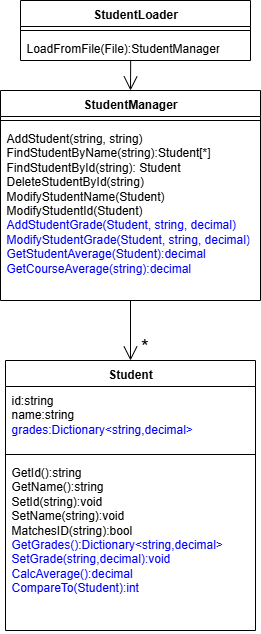
Above: UML/图片/UML2.png in pandaof3/Student-Grade-Management-System (draw.io), before the change. Source tidied: cells renumbered, new cells last; positions are measured from the earlier drawing's top-left corner, leaving out a move shared by most shapes. Source of this version:
```xml
<mxGraphModel>
  <root>
    <mxCell id="0" />
    <mxCell id="1" parent="0" />
    <mxCell id="2" value="StudentLoader" style="swimlane;fontStyle=1;align=center;verticalAlign=top;horizontal=1;startSize=26;whiteSpace=wrap;html=1;" parent="1" vertex="1">
      <mxGeometry x="20" width="230" height="60" as="geometry" />
    </mxCell>
    <mxCell id="3" style="line;strokeWidth=1;fillColor=none;align=left;verticalAlign=middle;spacingTop=-1;spacingLeft=3;spacingRight=3;labelPosition=right;strokeColor=inherit;" parent="2" vertex="1">
      <mxGeometry y="26" width="230" height="8" as="geometry" />
    </mxCell>
    <mxCell id="4" value="LoadFromFile(File):StudentManager&lt;div&gt;&lt;br&gt;&lt;/div&gt;" style="text;strokeColor=none;fillColor=none;align=left;verticalAlign=top;spacingLeft=4;spacingRight=4;overflow=hidden;points=[[0,0.5],[1,0.5]];portConstraint=eastwest;whiteSpace=wrap;html=1;" parent="2" vertex="1">
      <mxGeometry y="34" width="230" height="26" as="geometry" />
    </mxCell>
    <mxCell id="5" style="endArrow=open;endFill=1;endSize=12;html=1;rounded=0;exitX=0.479;exitY=0.979;exitDx=0;exitDy=0;exitPerimeter=0;entryX=0.5;entryY=0;entryDx=0;entryDy=0;" parent="1" edge="1" source="4" target="6">
      <mxGeometry relative="1" as="geometry" />
    </mxCell>
    <mxCell id="6" value="StudentManager" style="swimlane;fontStyle=1;align=center;verticalAlign=top;horizontal=1;startSize=26;whiteSpace=wrap;html=1;" parent="1" vertex="1">
      <mxGeometry y="90" width="260" height="210" as="geometry" />
    </mxCell>
    <mxCell id="7" style="line;strokeWidth=1;fillColor=none;align=left;verticalAlign=middle;spacingTop=-1;spacingLeft=3;spacingRight=3;labelPosition=right;strokeColor=inherit;" parent="6" vertex="1">
      <mxGeometry y="26" width="260" height="8" as="geometry" />
    </mxCell>
    <mxCell id="8" value="AddStudent(string, string)&lt;div&gt;FindStudentByName(string):Student[*]&lt;/div&gt;&lt;div&gt;FindStudentById(string): Student&lt;/div&gt;&lt;div&gt;DeleteStudentById(string)&lt;/div&gt;&lt;div&gt;ModifyStudentName(Student)&lt;/div&gt;&lt;div&gt;ModifyStudentId(Student)&lt;/div&gt;&lt;div&gt;&lt;font style=&quot;color: light-dark(rgb(0, 0, 255), rgb(237, 237, 237));&quot;&gt;AddStudentGrade(Student, string, decimal)&lt;/font&gt;&lt;/div&gt;&lt;div&gt;&lt;font style=&quot;color: light-dark(rgb(0, 0, 255), rgb(237, 237, 237));&quot;&gt;ModifyStudentGrade(Student, string, decimal)&lt;/font&gt;&lt;/div&gt;&lt;div&gt;&lt;font style=&quot;color: light-dark(rgb(0, 0, 255), rgb(237, 237, 237));&quot;&gt;GetStudentAverage(Student):decimal&lt;/font&gt;&lt;/div&gt;&lt;div&gt;&lt;font style=&quot;color: light-dark(rgb(0, 0, 255), rgb(237, 237, 237));&quot;&gt;GetCourseAverage(string):decimal&lt;/font&gt;&lt;/div&gt;&lt;div&gt;&lt;br&gt;&lt;/div&gt;" style="text;strokeColor=none;fillColor=none;align=left;verticalAlign=top;spacingLeft=4;spacingRight=4;overflow=hidden;points=[[0,0.5],[1,0.5]];portConstraint=eastwest;whiteSpace=wrap;html=1;" parent="6" vertex="1">
      <mxGeometry y="34" width="260" height="176" as="geometry" />
    </mxCell>
    <mxCell id="9" style="endArrow=open;endFill=1;endSize=12;html=1;rounded=0;" parent="1" edge="1" source="8" target="10">
      <mxGeometry relative="1" as="geometry" />
    </mxCell>
    <mxCell id="10" value="Student" style="swimlane;fontStyle=1;align=center;verticalAlign=top;horizontal=1;startSize=26;whiteSpace=wrap;html=1;" parent="1" vertex="1">
      <mxGeometry x="5" y="360" width="250" height="270" as="geometry" />
    </mxCell>
    <mxCell id="11" value="id:string&lt;div&gt;name:string&lt;/div&gt;&lt;div&gt;&lt;font style=&quot;color: light-dark(rgb(0, 0, 255), rgb(0, 74, 74));&quot;&gt;grades:Dictionary&amp;lt;string,decimal&amp;gt;&lt;/font&gt;&lt;/div&gt;" style="text;strokeColor=none;fillColor=none;align=left;verticalAlign=top;spacingLeft=4;spacingRight=4;overflow=hidden;whiteSpace=wrap;html=1;" parent="10" vertex="1">
      <mxGeometry y="26" width="250" height="64" as="geometry" />
    </mxCell>
    <mxCell id="12" style="line;strokeWidth=1;fillColor=none;align=left;verticalAlign=middle;spacingTop=-1;spacingLeft=3;spacingRight=3;labelPosition=right;strokeColor=inherit;" parent="10" vertex="1">
      <mxGeometry y="90" width="250" height="8" as="geometry" />
    </mxCell>
    <mxCell id="13" value="GetId():string&lt;div&gt;GetName():string&lt;/div&gt;&lt;div&gt;SetId(string):void&lt;/div&gt;&lt;div&gt;SetName(string):void&lt;/div&gt;&lt;div&gt;MatchesID(string):bool&lt;/div&gt;&lt;div&gt;&lt;font style=&quot;color: light-dark(rgb(0, 0, 255), rgb(237, 237, 237));&quot;&gt;GetGrades()&lt;/font&gt;:&lt;span style=&quot;color: rgb(0, 0, 255); background-color: transparent;&quot;&gt;Dictionary&amp;lt;string,decimal&amp;gt;&lt;/span&gt;&lt;/div&gt;&lt;div&gt;&lt;span style=&quot;color: rgb(0, 0, 255); background-color: transparent;&quot;&gt;SetGrade(string,decimal):void&lt;/span&gt;&lt;/div&gt;&lt;div&gt;&lt;span style=&quot;color: rgb(0, 0, 255); background-color: transparent;&quot;&gt;CalcAverage():decimal&lt;/span&gt;&lt;/div&gt;&lt;div&gt;&lt;span style=&quot;color: rgb(0, 0, 255); background-color: transparent;&quot;&gt;CompareTo(Student):int&lt;/span&gt;&lt;/div&gt;" style="text;strokeColor=none;fillColor=none;align=left;verticalAlign=top;spacingLeft=4;spacingRight=4;overflow=hidden;whiteSpace=wrap;html=1;" parent="10" vertex="1">
      <mxGeometry y="98" width="250" height="172" as="geometry" />
    </mxCell>
    <mxCell id="14" value="&lt;font style=&quot;font-size: 20px;&quot;&gt;*&lt;/font&gt;" style="text;html=1;align=center;verticalAlign=middle;strokeColor=none;fillColor=none;" parent="1" vertex="1">
      <mxGeometry x="129" y="325" width="30" height="40" as="geometry" />
    </mxCell>
  </root>
</mxGraphModel>
```
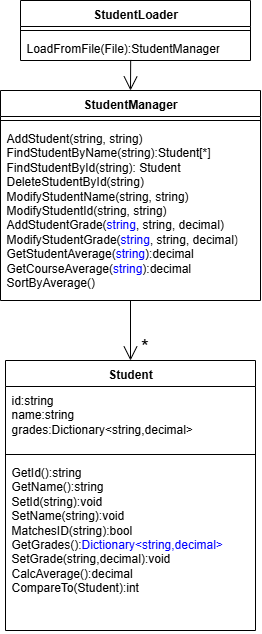
The same diagram one commit later.

Change to the diagram source:
```diff
@@ -20,7 +20,7 @@
     <mxCell id="7" style="line;strokeWidth=1;fillColor=none;align=left;verticalAlign=middle;spacingTop=-1;spacingLeft=3;spacingRight=3;labelPosition=right;strokeColor=inherit;" parent="6" vertex="1">
       <mxGeometry y="26" width="260" height="8" as="geometry" />
     </mxCell>
-    <mxCell id="8" value="AddStudent(string, string)&lt;div&gt;FindStudentByName(string):Student[*]&lt;/div&gt;&lt;div&gt;FindStudentById(string): Student&lt;/div&gt;&lt;div&gt;DeleteStudentById(string)&lt;/div&gt;&lt;div&gt;ModifyStudentName(Student)&lt;/div&gt;&lt;div&gt;ModifyStudentId(Student)&lt;/div&gt;&lt;div&gt;&lt;font style=&quot;color: light-dark(rgb(0, 0, 255), rgb(237, 237, 237));&quot;&gt;AddStudentGrade(Student, string, decimal)&lt;/font&gt;&lt;/div&gt;&lt;div&gt;&lt;font style=&quot;color: light-dark(rgb(0, 0, 255), rgb(237, 237, 237));&quot;&gt;ModifyStudentGrade(Student, string, decimal)&lt;/font&gt;&lt;/div&gt;&lt;div&gt;&lt;font style=&quot;color: light-dark(rgb(0, 0, 255), rgb(237, 237, 237));&quot;&gt;GetStudentAverage(Student):decimal&lt;/font&gt;&lt;/div&gt;&lt;div&gt;&lt;font style=&quot;color: light-dark(rgb(0, 0, 255), rgb(237, 237, 237));&quot;&gt;GetCourseAverage(string):decimal&lt;/font&gt;&lt;/div&gt;&lt;div&gt;&lt;br&gt;&lt;/div&gt;" style="text;strokeColor=none;fillColor=none;align=left;verticalAlign=top;spacingLeft=4;spacingRight=4;overflow=hidden;points=[[0,0.5],[1,0.5]];portConstraint=eastwest;whiteSpace=wrap;html=1;" parent="6" vertex="1">
+    <mxCell id="8" value="AddStudent(string, string)&lt;div&gt;FindStudentByName(string):Student[*]&lt;/div&gt;&lt;div&gt;FindStudentById(string): Student&lt;/div&gt;&lt;div&gt;DeleteStudentById(string)&lt;/div&gt;&lt;div&gt;ModifyStudentName(string, string)&lt;/div&gt;&lt;div&gt;ModifyStudentId(string, string)&lt;/div&gt;&lt;div&gt;&lt;font&gt;AddStudentGrade(&lt;font style=&quot;color: light-dark(rgb(0, 0, 255), rgb(237, 237, 237));&quot;&gt;string&lt;/font&gt;, string, decimal)&lt;/font&gt;&lt;/div&gt;&lt;div&gt;&lt;font&gt;ModifyStudentGrade(&lt;font style=&quot;color: light-dark(rgb(0, 0, 255), rgb(237, 237, 237));&quot;&gt;string&lt;/font&gt;, string, decimal)&lt;/font&gt;&lt;/div&gt;&lt;div&gt;&lt;font&gt;GetStudentAverage(&lt;span style=&quot;color: rgb(0, 0, 255);&quot;&gt;string&lt;/span&gt;):decimal&lt;/font&gt;&lt;/div&gt;&lt;div&gt;&lt;font&gt;GetCourseAverage(&lt;span style=&quot;color: rgb(0, 0, 255);&quot;&gt;string&lt;/span&gt;):decimal&lt;/font&gt;&lt;/div&gt;&lt;div&gt;&lt;font&gt;SortByAverage()&lt;/font&gt;&lt;/div&gt;" style="text;strokeColor=none;fillColor=none;align=left;verticalAlign=top;spacingLeft=4;spacingRight=4;overflow=hidden;points=[[0,0.5],[1,0.5]];portConstraint=eastwest;whiteSpace=wrap;html=1;" parent="6" vertex="1">
       <mxGeometry y="34" width="260" height="176" as="geometry" />
     </mxCell>
     <mxCell id="9" style="endArrow=open;endFill=1;endSize=12;html=1;rounded=0;" parent="1" edge="1" source="8" target="10">
@@ -29,13 +29,13 @@
     <mxCell id="10" value="Student" style="swimlane;fontStyle=1;align=center;verticalAlign=top;horizontal=1;startSize=26;whiteSpace=wrap;html=1;" parent="1" vertex="1">
       <mxGeometry x="5" y="360" width="250" height="270" as="geometry" />
     </mxCell>
-    <mxCell id="11" value="id:string&lt;div&gt;name:string&lt;/div&gt;&lt;div&gt;&lt;font style=&quot;color: light-dark(rgb(0, 0, 255), rgb(0, 74, 74));&quot;&gt;grades:Dictionary&amp;lt;string,decimal&amp;gt;&lt;/font&gt;&lt;/div&gt;" style="text;strokeColor=none;fillColor=none;align=left;verticalAlign=top;spacingLeft=4;spacingRight=4;overflow=hidden;whiteSpace=wrap;html=1;" parent="10" vertex="1">
+    <mxCell id="11" value="id:string&lt;div&gt;name:string&lt;/div&gt;&lt;div&gt;&lt;font style=&quot;color: light-dark(rgb(0, 0, 0), rgb(0, 74, 74));&quot;&gt;grades:Dictionary&amp;lt;string,decimal&amp;gt;&lt;/font&gt;&lt;/div&gt;" style="text;strokeColor=none;fillColor=none;align=left;verticalAlign=top;spacingLeft=4;spacingRight=4;overflow=hidden;whiteSpace=wrap;html=1;" parent="10" vertex="1">
       <mxGeometry y="26" width="250" height="64" as="geometry" />
     </mxCell>
     <mxCell id="12" style="line;strokeWidth=1;fillColor=none;align=left;verticalAlign=middle;spacingTop=-1;spacingLeft=3;spacingRight=3;labelPosition=right;strokeColor=inherit;" parent="10" vertex="1">
       <mxGeometry y="90" width="250" height="8" as="geometry" />
     </mxCell>
-    <mxCell id="13" value="GetId():string&lt;div&gt;GetName():string&lt;/div&gt;&lt;div&gt;SetId(string):void&lt;/div&gt;&lt;div&gt;SetName(string):void&lt;/div&gt;&lt;div&gt;MatchesID(string):bool&lt;/div&gt;&lt;div&gt;&lt;font style=&quot;color: light-dark(rgb(0, 0, 255), rgb(237, 237, 237));&quot;&gt;GetGrades()&lt;/font&gt;:&lt;span style=&quot;color: rgb(0, 0, 255); background-color: transparent;&quot;&gt;Dictionary&amp;lt;string,decimal&amp;gt;&lt;/span&gt;&lt;/div&gt;&lt;div&gt;&lt;span style=&quot;color: rgb(0, 0, 255); background-color: transparent;&quot;&gt;SetGrade(string,decimal):void&lt;/span&gt;&lt;/div&gt;&lt;div&gt;&lt;span style=&quot;color: rgb(0, 0, 255); background-color: transparent;&quot;&gt;CalcAverage():decimal&lt;/span&gt;&lt;/div&gt;&lt;div&gt;&lt;span style=&quot;color: rgb(0, 0, 255); background-color: transparent;&quot;&gt;CompareTo(Student):int&lt;/span&gt;&lt;/div&gt;" style="text;strokeColor=none;fillColor=none;align=left;verticalAlign=top;spacingLeft=4;spacingRight=4;overflow=hidden;whiteSpace=wrap;html=1;" parent="10" vertex="1">
+    <mxCell id="13" value="GetId():string&lt;div&gt;GetName():string&lt;/div&gt;&lt;div&gt;SetId(string):void&lt;/div&gt;&lt;div&gt;SetName(string):void&lt;/div&gt;&lt;div&gt;MatchesID(string):bool&lt;/div&gt;&lt;div&gt;&lt;font style=&quot;&quot;&gt;&lt;font style=&quot;color: light-dark(rgb(0, 0, 0), rgb(237, 237, 237));&quot;&gt;GetGrades()&lt;/font&gt;&lt;font style=&quot;color: light-dark(rgb(0, 0, 0), rgb(237, 237, 237));&quot;&gt;:&lt;span style=&quot;background-color: transparent; color: rgb(0, 0, 255);&quot;&gt;Dictionary&amp;lt;string,decimal&amp;gt;&lt;/span&gt;&lt;/font&gt;&lt;/font&gt;&lt;/div&gt;&lt;div&gt;&lt;span style=&quot;background-color: transparent; color: rgb(0, 0, 255);&quot;&gt;&lt;font style=&quot;color: light-dark(rgb(0, 0, 0), rgb(237, 237, 237));&quot;&gt;SetGrade(string,decimal):void&lt;/font&gt;&lt;/span&gt;&lt;/div&gt;&lt;div&gt;&lt;span style=&quot;background-color: transparent; color: rgb(0, 0, 255);&quot;&gt;&lt;font style=&quot;color: light-dark(rgb(0, 0, 0), rgb(237, 237, 237));&quot;&gt;CalcAverage():decimal&lt;/font&gt;&lt;/span&gt;&lt;/div&gt;&lt;div&gt;&lt;span style=&quot;background-color: transparent; color: rgb(0, 0, 255);&quot;&gt;&lt;font style=&quot;color: light-dark(rgb(0, 0, 0), rgb(237, 237, 237));&quot;&gt;CompareTo(Student):int&lt;/font&gt;&lt;/span&gt;&lt;/div&gt;" style="text;strokeColor=none;fillColor=none;align=left;verticalAlign=top;spacingLeft=4;spacingRight=4;overflow=hidden;whiteSpace=wrap;html=1;" parent="10" vertex="1">
       <mxGeometry y="98" width="250" height="172" as="geometry" />
     </mxCell>
     <mxCell id="14" value="&lt;font style=&quot;font-size: 20px;&quot;&gt;*&lt;/font&gt;" style="text;html=1;align=center;verticalAlign=middle;strokeColor=none;fillColor=none;" parent="1" vertex="1">
```
